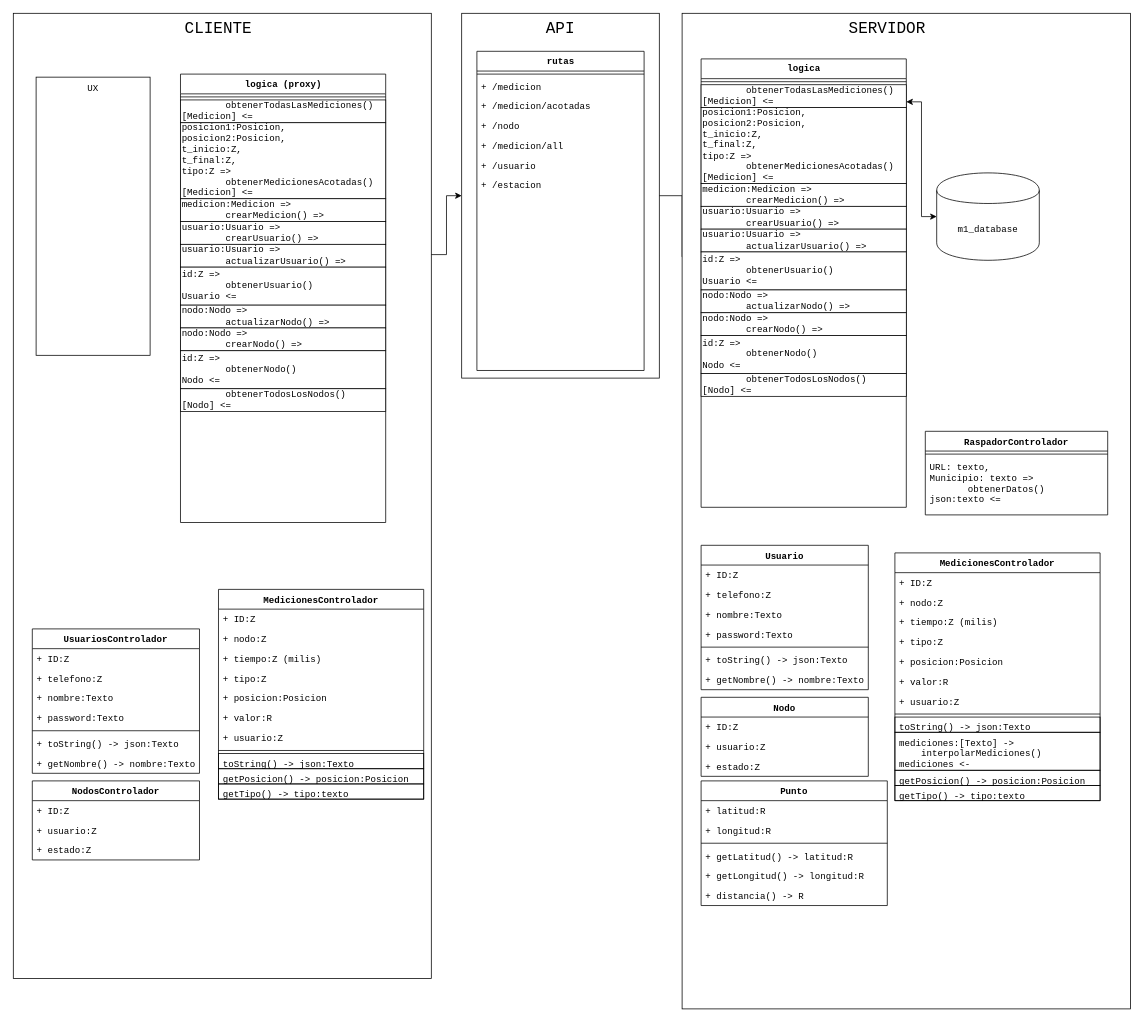
Earlier version of the draw.io diagram docs/API_M1.drawio (pdepau/TerrenoEco_Backend). Source tidied: cells renumbered, new cells numbered last; positions are measured from the earlier drawing's top-left corner, leaving out a move shared by most shapes. Both pictures are drawn from the tidied source at 76%, with x=0, y=0 at pixel (13, 13).
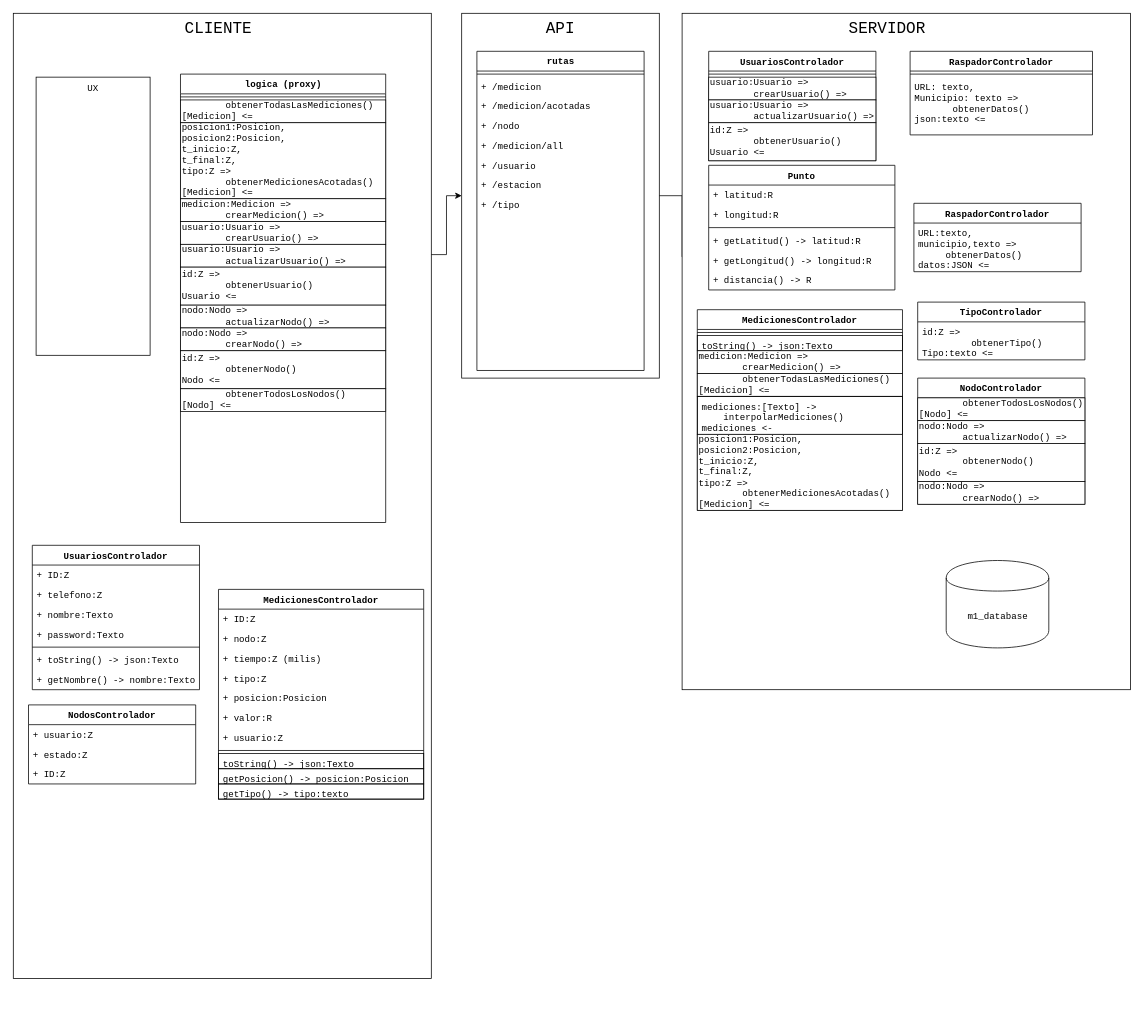
After the change.

Commit message (it also covers changes not shown here):
diseño de la api

The change refers to these unchanged cells:
```xml
<mxCell id="2" style="group;fontFamily=Courier New;" parent="1" vertex="1">
  <mxGeometry x="30" width="520" height="1270" as="geometry" />
</mxCell>
<mxCell id="46" value="rutas" style="swimlane;html=1;fontStyle=1;align=center;verticalAlign=top;horizontal=1;startSize=26;swimlaneFillColor=#ffffff;rounded=0;shadow=0;comic=0;labelBackgroundColor=none;strokeWidth=1;fillColor=none;fontFamily=Courier New;fontSize=12;" parent="43" vertex="1">
  <mxGeometry x="20" y="50" width="220" height="420" as="geometry" />
</mxCell>
<mxCell id="56" style="group;fontFamily=Courier New;" parent="1" vertex="1">
  <mxGeometry x="910" width="560" height="1310" as="geometry" />
</mxCell>
```

Diff of the diagram source:
```diff
@@
     <mxCell id="29" value="UsuariosControlador" style="swimlane;fontStyle=1;align=center;verticalAlign=top;horizontal=1;startSize=26;fontFamily=Courier New;" parent="2" vertex="1">
-      <mxGeometry x="-5" y="810" width="220" height="190" as="geometry" />
+      <mxGeometry x="-5" y="700" width="220" height="190" as="geometry" />
     </mxCell>
@@
     <mxCell id="37" value="NodosControlador" style="swimlane;fontStyle=1;align=center;verticalAlign=top;horizontal=1;startSize=26;fontFamily=Courier New;" parent="2" vertex="1">
-      <mxGeometry x="-5" y="1010" width="220" height="104" as="geometry" />
+      <mxGeometry x="-10" y="910" width="220" height="104" as="geometry" />
     </mxCell>
-    <mxCell id="38" value="+ ID:Z" style="text;strokeColor=none;fillColor=none;align=left;verticalAlign=top;spacingLeft=4;spacingRight=4;overflow=hidden;fontFamily=Courier New;" parent="37" vertex="1">
-      <mxGeometry y="26" width="220" height="26" as="geometry" />
-    </mxCell>
     <mxCell id="39" value="+ usuario:Z" style="text;strokeColor=none;fillColor=none;align=left;verticalAlign=top;spacingLeft=4;spacingRight=4;overflow=hidden;fontFamily=Courier New;" parent="37" vertex="1">
-      <mxGeometry y="52" width="220" height="26" as="geometry" />
+      <mxGeometry y="26" width="220" height="26" as="geometry" />
     </mxCell>
     <mxCell id="40" value="+ estado:Z" style="text;strokeColor=none;fillColor=none;align=left;verticalAlign=top;spacingLeft=4;spacingRight=4;overflow=hidden;fontFamily=Courier New;" parent="37" vertex="1">
-      <mxGeometry y="78" width="220" height="26" as="geometry" />
+      <mxGeometry y="52" width="220" height="26" as="geometry" />
     </mxCell>
+    <mxCell id="38" value="+ ID:Z" style="text;strokeColor=none;fillColor=none;align=left;verticalAlign=top;spacingLeft=4;spacingRight=4;overflow=hidden;fontFamily=Courier New;" parent="37" vertex="1">
+      <mxGeometry y="78" width="220" height="26" as="geometry" />
+    </mxCell>
@@
+    <mxCell id="108" value="&lt;font&gt;+ /tipo&lt;/font&gt;" style="text;html=1;strokeColor=none;fillColor=none;align=left;verticalAlign=top;spacingLeft=4;spacingRight=4;whiteSpace=wrap;overflow=hidden;fontFamily=Courier New;" parent="46" vertex="1">
+      <mxGeometry y="190" width="220" height="26" as="geometry" />
+    </mxCell>
@@
     <mxCell id="57" style="rounded=0;whiteSpace=wrap;html=1;fontFamily=Courier New;" parent="56" vertex="1">
-      <mxGeometry x="-30" width="590" height="1310" as="geometry" />
+      <mxGeometry x="-30" width="590" height="890" as="geometry" />
     </mxCell>
@@
-    <mxCell id="59" value="logica" style="swimlane;html=1;fontStyle=1;align=center;verticalAlign=top;horizontal=1;startSize=26;swimlaneFillColor=#ffffff;rounded=0;shadow=0;comic=0;labelBackgroundColor=none;strokeWidth=1;fillColor=none;fontFamily=Courier New;fontSize=12;" parent="56" vertex="1">
-      <mxGeometry x="-5" y="60" width="270" height="590" as="geometry" />
-    </mxCell>
-    <mxCell id="60" style="line;html=1;strokeWidth=1;fillColor=none;align=left;verticalAlign=middle;spacingTop=-1;spacingLeft=3;spacingRight=3;labelPosition=right;fontFamily=Courier New;" parent="59" vertex="1">
-      <mxGeometry y="26" width="270" height="8" as="geometry" />
-    </mxCell>
-    <mxCell id="61" value="&amp;nbsp; &amp;nbsp; &amp;nbsp; &amp;nbsp; obtenerTodasLasMediciones()&lt;br&gt;[Medicion] &amp;lt;=" style="rounded=0;whiteSpace=wrap;html=1;fontFamily=Courier New;align=left;" parent="59" vertex="1">
-      <mxGeometry y="34" width="270" height="30" as="geometry" />
-    </mxCell>
-    <mxCell id="62" value="posicion1:Posicion,&lt;br&gt;posicion2:Posicion,&lt;br&gt;t_inicio:Z,&lt;br&gt;t_final:Z,&lt;br&gt;tipo:Z =&amp;gt;&lt;br&gt;&amp;nbsp; &amp;nbsp; &amp;nbsp; &amp;nbsp; obtenerMedicionesAcotadas()&lt;br&gt;[Medicion] &amp;lt;=" style="rounded=0;whiteSpace=wrap;html=1;fontFamily=Courier New;align=left;" parent="59" vertex="1">
-      <mxGeometry y="64" width="270" height="100" as="geometry" />
-    </mxCell>
-    <mxCell id="63" value="medicion:Medicion =&amp;gt;&lt;br&gt;&amp;nbsp; &amp;nbsp; &amp;nbsp; &amp;nbsp; crearMedicion() =&amp;gt;" style="rounded=0;whiteSpace=wrap;html=1;fontFamily=Courier New;align=left;" parent="59" vertex="1">
-      <mxGeometry y="164" width="270" height="30" as="geometry" />
-    </mxCell>
+    <mxCell id="71" value="UsuariosControlador" style="swimlane;fontStyle=1;align=center;verticalAlign=top;horizontal=1;startSize=26;fontFamily=Courier New;" parent="56" vertex="1">
+      <mxGeometry x="5" y="50" width="220" height="144" as="geometry" />
+    </mxCell>
+    <mxCell id="76" style="line;strokeWidth=1;fillColor=none;align=left;verticalAlign=middle;spacingTop=-1;spacingLeft=3;spacingRight=3;labelPosition=right;fontFamily=Courier New;" parent="71" vertex="1">
+      <mxGeometry y="26" width="220" height="8" as="geometry" />
+    </mxCell>
-    <mxCell id="64" value="usuario:Usuario =&amp;gt;&lt;br&gt;&amp;nbsp; &amp;nbsp; &amp;nbsp; &amp;nbsp; crearUsuario() =&amp;gt;" style="rounded=0;whiteSpace=wrap;html=1;fontFamily=Courier New;align=left;" parent="59" vertex="1">
-      <mxGeometry y="194" width="270" height="30" as="geometry" />
+    <mxCell id="64" value="usuario:Usuario =&amp;gt;&lt;br&gt;&amp;nbsp; &amp;nbsp; &amp;nbsp; &amp;nbsp; crearUsuario() =&amp;gt;" style="rounded=0;whiteSpace=wrap;html=1;fontFamily=Courier New;align=left;" parent="71" vertex="1">
+      <mxGeometry y="34" width="220" height="30" as="geometry" />
     </mxCell>
-    <mxCell id="65" value="usuario:Usuario =&amp;gt;&lt;br&gt;&amp;nbsp; &amp;nbsp; &amp;nbsp; &amp;nbsp; actualizarUsuario() =&amp;gt;" style="rounded=0;whiteSpace=wrap;html=1;fontFamily=Courier New;align=left;" parent="59" vertex="1">
-      <mxGeometry y="224" width="270" height="30" as="geometry" />
+    <mxCell id="65" value="usuario:Usuario =&amp;gt;&lt;br&gt;&amp;nbsp; &amp;nbsp; &amp;nbsp; &amp;nbsp; actualizarUsuario() =&amp;gt;" style="rounded=0;whiteSpace=wrap;html=1;fontFamily=Courier New;align=left;" parent="71" vertex="1">
+      <mxGeometry y="64" width="220" height="30" as="geometry" />
     </mxCell>
-    <mxCell id="66" value="id:Z =&amp;gt;&lt;br&gt;&amp;nbsp; &amp;nbsp; &amp;nbsp; &amp;nbsp; obtenerUsuario()&lt;br&gt;Usuario &amp;lt;=" style="rounded=0;whiteSpace=wrap;html=1;fontFamily=Courier New;align=left;" parent="59" vertex="1">
-      <mxGeometry y="254" width="270" height="50" as="geometry" />
+    <mxCell id="66" value="id:Z =&amp;gt;&lt;br&gt;&amp;nbsp; &amp;nbsp; &amp;nbsp; &amp;nbsp; obtenerUsuario()&lt;br&gt;Usuario &amp;lt;=" style="rounded=0;whiteSpace=wrap;html=1;fontFamily=Courier New;align=left;" parent="71" vertex="1">
+      <mxGeometry y="94" width="220" height="50" as="geometry" />
     </mxCell>
-    <mxCell id="67" value="nodo:Nodo =&amp;gt;&lt;br&gt;&amp;nbsp; &amp;nbsp; &amp;nbsp; &amp;nbsp; actualizarNodo() =&amp;gt;" style="rounded=0;whiteSpace=wrap;html=1;fontFamily=Courier New;align=left;" parent="59" vertex="1">
-      <mxGeometry y="304" width="270" height="30" as="geometry" />
-    </mxCell>
-    <mxCell id="68" value="nodo:Nodo =&amp;gt;&lt;br&gt;&amp;nbsp; &amp;nbsp; &amp;nbsp; &amp;nbsp; crearNodo() =&amp;gt;" style="rounded=0;whiteSpace=wrap;html=1;fontFamily=Courier New;align=left;" parent="59" vertex="1">
-      <mxGeometry y="334" width="270" height="30" as="geometry" />
-    </mxCell>
-    <mxCell id="69" value="id:Z =&amp;gt;&lt;br&gt;&amp;nbsp; &amp;nbsp; &amp;nbsp; &amp;nbsp; obtenerNodo()&lt;br&gt;Nodo &amp;lt;=" style="rounded=0;whiteSpace=wrap;html=1;fontFamily=Courier New;align=left;" parent="59" vertex="1">
-      <mxGeometry y="364" width="270" height="50" as="geometry" />
-    </mxCell>
-    <mxCell id="70" value="&amp;nbsp; &amp;nbsp; &amp;nbsp; &amp;nbsp; obtenerTodosLosNodos()&lt;br&gt;[Nodo] &amp;lt;=" style="rounded=0;whiteSpace=wrap;html=1;fontFamily=Courier New;align=left;" parent="59" vertex="1">
-      <mxGeometry y="414" width="270" height="30" as="geometry" />
-    </mxCell>
-    <mxCell id="71" value="Usuario" style="swimlane;fontStyle=1;align=center;verticalAlign=top;horizontal=1;startSize=26;fontFamily=Courier New;" parent="56" vertex="1">
-      <mxGeometry x="-5" y="700" width="220" height="190" as="geometry" />
-    </mxCell>
-    <mxCell id="72" value="+ ID:Z" style="text;strokeColor=none;fillColor=none;align=left;verticalAlign=top;spacingLeft=4;spacingRight=4;overflow=hidden;fontFamily=Courier New;" parent="71" vertex="1">
-      <mxGeometry y="26" width="220" height="26" as="geometry" />
-    </mxCell>
-    <mxCell id="73" value="+ telefono:Z" style="text;strokeColor=none;fillColor=none;align=left;verticalAlign=top;spacingLeft=4;spacingRight=4;overflow=hidden;fontFamily=Courier New;" parent="71" vertex="1">
-      <mxGeometry y="52" width="220" height="26" as="geometry" />
-    </mxCell>
-    <mxCell id="74" value="+ nombre:Texto" style="text;strokeColor=none;fillColor=none;align=left;verticalAlign=top;spacingLeft=4;spacingRight=4;overflow=hidden;fontFamily=Courier New;" parent="71" vertex="1">
-      <mxGeometry y="78" width="220" height="26" as="geometry" />
-    </mxCell>
-    <mxCell id="75" value="+ password:Texto" style="text;strokeColor=none;fillColor=none;align=left;verticalAlign=top;spacingLeft=4;spacingRight=4;overflow=hidden;fontFamily=Courier New;" parent="71" vertex="1">
-      <mxGeometry y="104" width="220" height="26" as="geometry" />
-    </mxCell>
-    <mxCell id="76" style="line;strokeWidth=1;fillColor=none;align=left;verticalAlign=middle;spacingTop=-1;spacingLeft=3;spacingRight=3;labelPosition=right;fontFamily=Courier New;" parent="71" vertex="1">
-      <mxGeometry y="130" width="220" height="8" as="geometry" />
-    </mxCell>
-    <mxCell id="77" value="+ toString() -&gt; json:Texto" style="text;strokeColor=none;fillColor=none;align=left;verticalAlign=top;spacingLeft=4;spacingRight=4;overflow=hidden;fontFamily=Courier New;" parent="71" vertex="1">
-      <mxGeometry y="138" width="220" height="26" as="geometry" />
-    </mxCell>
-    <mxCell id="78" value="+ getNombre() -&gt; nombre:Texto" style="text;strokeColor=none;fillColor=none;align=left;verticalAlign=top;spacingLeft=4;spacingRight=4;overflow=hidden;fontFamily=Courier New;" parent="71" vertex="1">
-      <mxGeometry y="164" width="220" height="26" as="geometry" />
-    </mxCell>
-    <mxCell id="79" value="Nodo" style="swimlane;fontStyle=1;align=center;verticalAlign=top;horizontal=1;startSize=26;fontFamily=Courier New;" parent="56" vertex="1">
-      <mxGeometry x="-5" y="900" width="220" height="104" as="geometry" />
-    </mxCell>
-    <mxCell id="80" value="+ ID:Z" style="text;strokeColor=none;fillColor=none;align=left;verticalAlign=top;spacingLeft=4;spacingRight=4;overflow=hidden;fontFamily=Courier New;" parent="79" vertex="1">
-      <mxGeometry y="26" width="220" height="26" as="geometry" />
-    </mxCell>
-    <mxCell id="81" value="+ usuario:Z" style="text;strokeColor=none;fillColor=none;align=left;verticalAlign=top;spacingLeft=4;spacingRight=4;overflow=hidden;fontFamily=Courier New;" parent="79" vertex="1">
-      <mxGeometry y="52" width="220" height="26" as="geometry" />
-    </mxCell>
-    <mxCell id="82" value="+ estado:Z&#10;" style="text;strokeColor=none;fillColor=none;align=left;verticalAlign=top;spacingLeft=4;spacingRight=4;overflow=hidden;fontFamily=Courier New;" parent="79" vertex="1">
-      <mxGeometry y="78" width="220" height="26" as="geometry" />
-    </mxCell>
-    <mxCell id="83" style="edgeStyle=orthogonalEdgeStyle;rounded=0;jettySize=auto;html=1;entryX=1;entryY=0.75;entryDx=0;entryDy=0;fontFamily=Courier New;startArrow=classic;startFill=1;" parent="56" edge="1" source="84" target="61">
-      <mxGeometry relative="1" as="geometry" />
-    </mxCell>
     <mxCell id="84" value="m1_database" style="shape=cylinder;whiteSpace=wrap;html=1;boundedLbl=1;backgroundOutline=1;fontFamily=Courier New;" parent="56" vertex="1">
-      <mxGeometry x="305" y="210" width="135" height="115" as="geometry" />
+      <mxGeometry x="317.5" y="720" width="135" height="115" as="geometry" />
     </mxCell>
     <mxCell id="85" value="Punto" style="swimlane;fontStyle=1;align=center;verticalAlign=top;horizontal=1;startSize=26;labelBackgroundColor=none;fillColor=#ffffff;fontFamily=Courier New;" parent="56" vertex="1">
-      <mxGeometry x="-5" y="1010" width="245" height="164" as="geometry" />
+      <mxGeometry x="5" y="200" width="245" height="164" as="geometry" />
     </mxCell>
@@
+    <mxCell id="109" value="RaspadorControlador" style="swimlane;fontStyle=1;align=center;verticalAlign=top;horizontal=1;startSize=26;fontFamily=Courier New;" parent="56" vertex="1">
+      <mxGeometry x="275" y="250" width="220" height="90" as="geometry" />
+    </mxCell>
+    <mxCell id="110" value="URL:texto,&#10;municipio,texto =&gt;&#10;     obtenerDatos()&#10;datos:JSON &lt;=&#10;" style="text;strokeColor=none;fillColor=none;align=left;verticalAlign=top;spacingLeft=4;spacingRight=4;overflow=hidden;fontFamily=Courier New;" parent="109" vertex="1">
+      <mxGeometry y="26" width="220" height="64" as="geometry" />
+    </mxCell>
     <mxCell id="92" value="MedicionesControlador" style="swimlane;fontStyle=1;align=center;verticalAlign=top;horizontal=1;startSize=26;fontFamily=Courier New;" parent="1" vertex="1">
-      <mxGeometry x="1160" y="710" width="270" height="326" as="geometry" />
+      <mxGeometry x="900" y="390" width="270" height="264" as="geometry" />
     </mxCell>
-    <mxCell id="93" value="+ ID:Z" style="text;strokeColor=none;fillColor=none;align=left;verticalAlign=top;spacingLeft=4;spacingRight=4;overflow=hidden;fontFamily=Courier New;" parent="92" vertex="1">
-      <mxGeometry y="26" width="270" height="26" as="geometry" />
-    </mxCell>
-    <mxCell id="94" value="+ nodo:Z" style="text;strokeColor=none;fillColor=none;align=left;verticalAlign=top;spacingLeft=4;spacingRight=4;overflow=hidden;fontFamily=Courier New;" parent="92" vertex="1">
-      <mxGeometry y="52" width="270" height="26" as="geometry" />
-    </mxCell>
-    <mxCell id="95" value="+ tiempo:Z (milis)" style="text;strokeColor=none;fillColor=none;align=left;verticalAlign=top;spacingLeft=4;spacingRight=4;overflow=hidden;fontFamily=Courier New;" parent="92" vertex="1">
-      <mxGeometry y="78" width="270" height="26" as="geometry" />
-    </mxCell>
-    <mxCell id="96" value="+ tipo:Z" style="text;strokeColor=none;fillColor=none;align=left;verticalAlign=top;spacingLeft=4;spacingRight=4;overflow=hidden;fontFamily=Courier New;" parent="92" vertex="1">
-      <mxGeometry y="104" width="270" height="26" as="geometry" />
-    </mxCell>
-    <mxCell id="97" value="+ posicion:Posicion" style="text;strokeColor=none;fillColor=none;align=left;verticalAlign=top;spacingLeft=4;spacingRight=4;overflow=hidden;fontFamily=Courier New;" parent="92" vertex="1">
-      <mxGeometry y="130" width="270" height="26" as="geometry" />
-    </mxCell>
-    <mxCell id="98" value="+ valor:R" style="text;strokeColor=none;fillColor=none;align=left;verticalAlign=top;spacingLeft=4;spacingRight=4;overflow=hidden;fontFamily=Courier New;" parent="92" vertex="1">
-      <mxGeometry y="156" width="270" height="26" as="geometry" />
-    </mxCell>
-    <mxCell id="99" value="+ usuario:Z" style="text;strokeColor=none;fillColor=none;align=left;verticalAlign=top;spacingLeft=4;spacingRight=4;overflow=hidden;fontFamily=Courier New;" parent="92" vertex="1">
-      <mxGeometry y="182" width="270" height="26" as="geometry" />
-    </mxCell>
     <mxCell id="100" style="line;strokeWidth=1;fillColor=none;align=left;verticalAlign=middle;spacingTop=-1;spacingLeft=3;spacingRight=3;labelPosition=right;fontFamily=Courier New;" parent="92" vertex="1">
-      <mxGeometry y="208" width="270" height="8" as="geometry" />
+      <mxGeometry y="26" width="270" height="8" as="geometry" />
     </mxCell>
     <mxCell id="101" value="toString() -&gt; json:Texto" style="text;strokeColor=#000000;fillColor=none;align=left;verticalAlign=top;spacingLeft=4;spacingRight=4;overflow=hidden;fontFamily=Courier New;" parent="92" vertex="1">
-      <mxGeometry y="216" width="270" height="20" as="geometry" />
+      <mxGeometry y="34" width="270" height="20" as="geometry" />
     </mxCell>
+    <mxCell id="63" value="medicion:Medicion =&amp;gt;&lt;br&gt;&amp;nbsp; &amp;nbsp; &amp;nbsp; &amp;nbsp; crearMedicion() =&amp;gt;" style="rounded=0;whiteSpace=wrap;html=1;fontFamily=Courier New;align=left;" parent="92" vertex="1">
+      <mxGeometry y="54" width="270" height="30" as="geometry" />
+    </mxCell>
+    <mxCell id="61" value="&amp;nbsp; &amp;nbsp; &amp;nbsp; &amp;nbsp; obtenerTodasLasMediciones()&lt;br&gt;[Medicion] &amp;lt;=" style="rounded=0;whiteSpace=wrap;html=1;fontFamily=Courier New;align=left;" parent="92" vertex="1">
+      <mxGeometry y="84" width="270" height="30" as="geometry" />
+    </mxCell>
     <mxCell id="102" value="mediciones:[Texto] -&gt;&#10;    interpolarMediciones()&#10;mediciones &lt;-" style="text;strokeColor=#000000;fillColor=none;align=left;verticalAlign=top;spacingLeft=4;spacingRight=4;overflow=hidden;fontFamily=Courier New;" parent="92" vertex="1">
-      <mxGeometry y="236" width="270" height="50" as="geometry" />
+      <mxGeometry y="114" width="270" height="50" as="geometry" />
     </mxCell>
-    <mxCell id="103" value="getPosicion() -&gt; posicion:Posicion" style="text;strokeColor=#000000;fillColor=none;align=left;verticalAlign=top;spacingLeft=4;spacingRight=4;overflow=hidden;fontFamily=Courier New;" parent="92" vertex="1">
-      <mxGeometry y="286" width="270" height="20" as="geometry" />
-    </mxCell>
-    <mxCell id="104" value="getTipo() -&gt; tipo:texto" style="text;strokeColor=#000000;fillColor=none;align=left;verticalAlign=top;spacingLeft=4;spacingRight=4;overflow=hidden;fontFamily=Courier New;" parent="92" vertex="1">
-      <mxGeometry y="306" width="270" height="20" as="geometry" />
-    </mxCell>
+    <mxCell id="62" value="posicion1:Posicion,&lt;br&gt;posicion2:Posicion,&lt;br&gt;t_inicio:Z,&lt;br&gt;t_final:Z,&lt;br&gt;tipo:Z =&amp;gt;&lt;br&gt;&amp;nbsp; &amp;nbsp; &amp;nbsp; &amp;nbsp; obtenerMedicionesAcotadas()&lt;br&gt;[Medicion] &amp;lt;=" style="rounded=0;whiteSpace=wrap;html=1;fontFamily=Courier New;align=left;" parent="92" vertex="1">
+      <mxGeometry y="164" width="270" height="100" as="geometry" />
+    </mxCell>
     <mxCell id="105" value="RaspadorControlador" style="swimlane;fontStyle=1;align=center;verticalAlign=top;horizontal=1;startSize=26;labelBackgroundColor=none;fillColor=#ffffff;fontFamily=Courier New;" parent="1" vertex="1">
-      <mxGeometry x="1200" y="550" width="240" height="110" as="geometry" />
+      <mxGeometry x="1180" y="50" width="240" height="110" as="geometry" />
     </mxCell>
@@
+    <mxCell id="111" value="TipoControlador" style="swimlane;fontStyle=1;align=center;verticalAlign=top;horizontal=1;startSize=26;fontFamily=Courier New;" parent="1" vertex="1">
+      <mxGeometry x="1190" y="380" width="220" height="76" as="geometry" />
+    </mxCell>
+    <mxCell id="112" value="id:Z =&gt;&#10;         obtenerTipo()&#10;Tipo:texto &lt;=" style="text;strokeColor=none;fillColor=none;align=left;verticalAlign=top;spacingLeft=4;spacingRight=4;overflow=hidden;fontFamily=Courier New;" parent="111" vertex="1">
+      <mxGeometry y="26" width="220" height="50" as="geometry" />
+    </mxCell>
+    <mxCell id="113" value="NodoControlador" style="swimlane;fontStyle=1;align=center;verticalAlign=top;horizontal=1;startSize=26;fontFamily=Courier New;" parent="1" vertex="1">
+      <mxGeometry x="1190" y="480" width="220" height="166" as="geometry" />
+    </mxCell>
+    <mxCell id="70" value="&amp;nbsp; &amp;nbsp; &amp;nbsp; &amp;nbsp; obtenerTodosLosNodos()&lt;br&gt;[Nodo] &amp;lt;=" style="rounded=0;whiteSpace=wrap;html=1;fontFamily=Courier New;align=left;" parent="113" vertex="1">
+      <mxGeometry y="26" width="220" height="30" as="geometry" />
+    </mxCell>
+    <mxCell id="67" value="nodo:Nodo =&amp;gt;&lt;br&gt;&amp;nbsp; &amp;nbsp; &amp;nbsp; &amp;nbsp; actualizarNodo() =&amp;gt;" style="rounded=0;whiteSpace=wrap;html=1;fontFamily=Courier New;align=left;" parent="113" vertex="1">
+      <mxGeometry y="56" width="220" height="30" as="geometry" />
+    </mxCell>
+    <mxCell id="69" value="id:Z =&amp;gt;&lt;br&gt;&amp;nbsp; &amp;nbsp; &amp;nbsp; &amp;nbsp; obtenerNodo()&lt;br&gt;Nodo &amp;lt;=" style="rounded=0;whiteSpace=wrap;html=1;fontFamily=Courier New;align=left;" parent="113" vertex="1">
+      <mxGeometry y="86" width="220" height="50" as="geometry" />
+    </mxCell>
+    <mxCell id="68" value="nodo:Nodo =&amp;gt;&lt;br&gt;&amp;nbsp; &amp;nbsp; &amp;nbsp; &amp;nbsp; crearNodo() =&amp;gt;" style="rounded=0;whiteSpace=wrap;html=1;fontFamily=Courier New;align=left;" parent="113" vertex="1">
+      <mxGeometry y="136" width="220" height="30" as="geometry" />
+    </mxCell>
```
